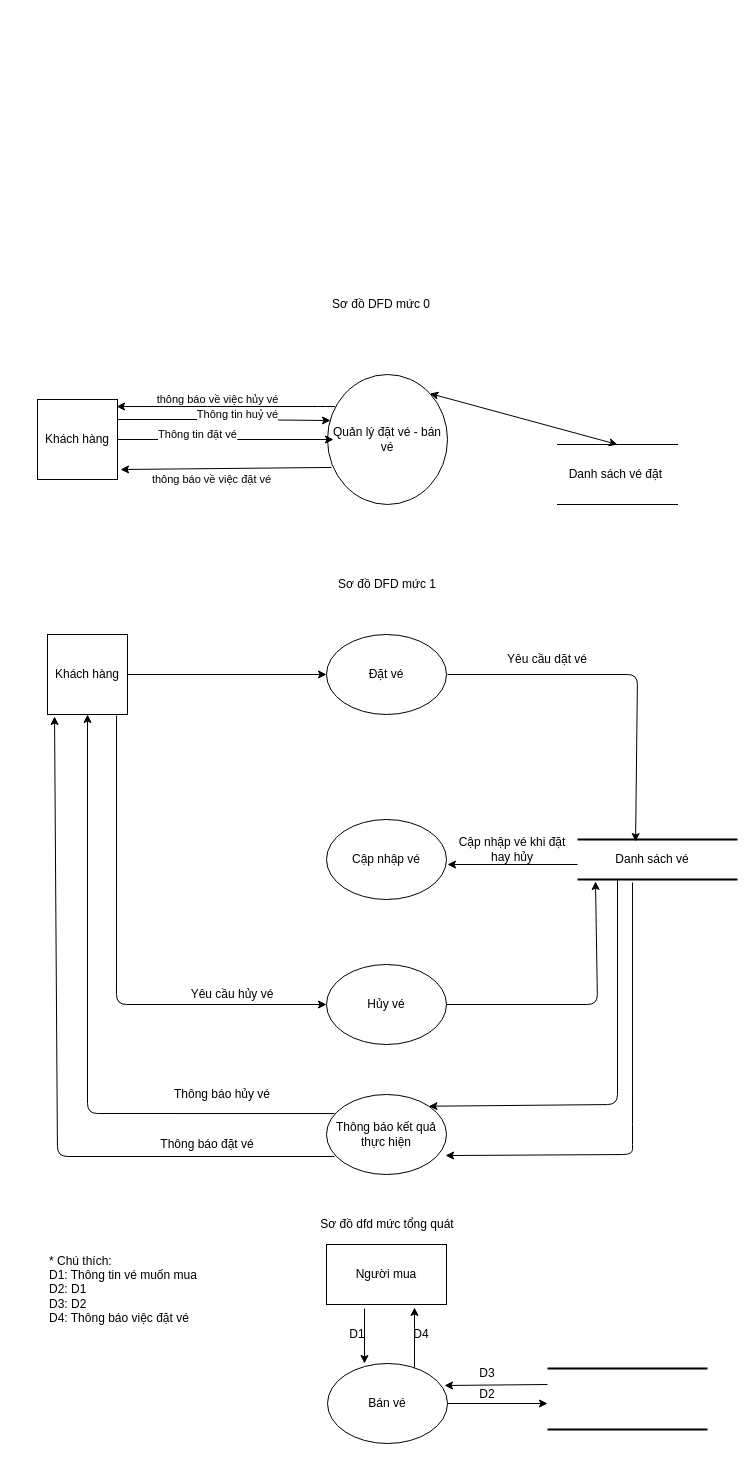
The draw.io diagram page "Page-1" (1 of 2) of Diagrams/DFD Phat (2).drawio in Raynor-legend/Cinema, before the edit. Source tidied: cells renumbered, new cells numbered last; positions are measured from the earlier drawing's top-left corner, leaving out a move shared by most shapes. Both pictures are drawn from the tidied source at 100%, with x=0, y=0 at pixel (37, 294).
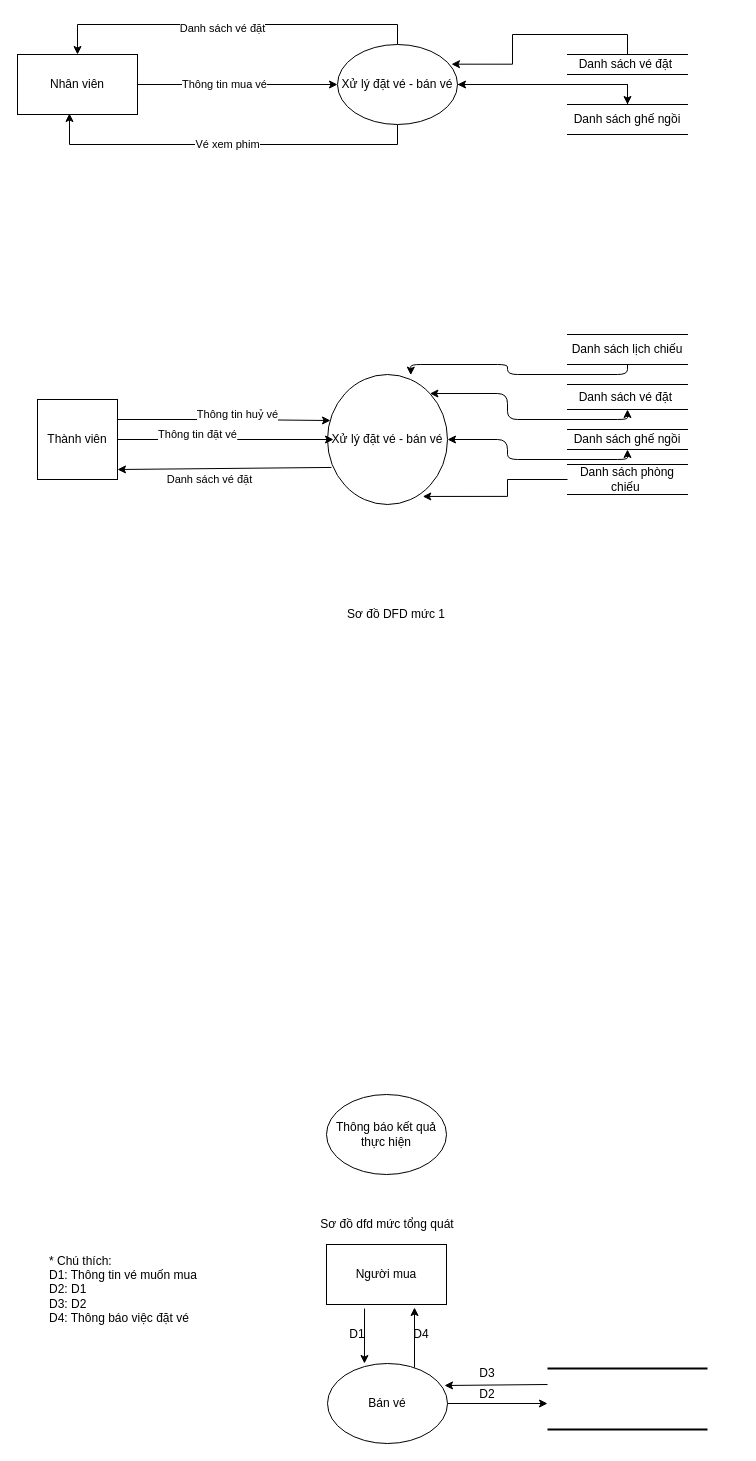
The same page after the edit.

The change refers to these unchanged cells:
```xml
<mxCell id="21" value="Thông báo kết quả thực hiện" style="ellipse;whiteSpace=wrap;html=1;strokeColor=#000000;" parent="1" vertex="1">
  <mxGeometry x="289" y="800" width="120" height="80" as="geometry" />
</mxCell>
```

Diff of the diagram source:
```diff
@@
-    <mxCell id="2" value="Sơ đồ DFD mức 0" style="text;html=1;strokeColor=none;fillColor=none;align=center;verticalAlign=middle;whiteSpace=wrap;rounded=0;" parent="1" vertex="1">
-      <mxGeometry x="289" width="110" height="20" as="geometry" />
-    </mxCell>
-    <mxCell id="3" value="Quản lý đặt vé - bán vé" style="ellipse;whiteSpace=wrap;html=1;" parent="1" vertex="1">
+    <mxCell id="3" value="Xử lý đặt vé - bán vé" style="ellipse;whiteSpace=wrap;html=1;" parent="1" vertex="1">
       <mxGeometry x="290" y="80" width="120" height="130" as="geometry" />
     </mxCell>
-    <mxCell id="4" value="Khách hàng" style="whiteSpace=wrap;html=1;" parent="1" vertex="1">
+    <mxCell id="4" value="Thành viên" style="whiteSpace=wrap;html=1;" parent="1" vertex="1">
       <mxGeometry y="105" width="80" height="80" as="geometry" />
     </mxCell>
@@
-    <mxCell id="7" value="thông báo về việc đặt vé" style="endArrow=classic;html=1;exitX=0.033;exitY=0.715;exitDx=0;exitDy=0;exitPerimeter=0;entryX=1.038;entryY=0.875;entryDx=0;entryDy=0;entryPerimeter=0;" parent="1" edge="1" source="3" target="4">
-      <mxGeometry x="0.14" y="11" relative="1" as="geometry" />
+    <mxCell id="7" value="Danh sách vé đặt" style="endArrow=classic;html=1;exitX=0.033;exitY=0.715;exitDx=0;exitDy=0;exitPerimeter=0;" parent="1" edge="1" source="3">
+      <mxGeometry x="0.14" y="11" relative="1" as="geometry">
+        <mxPoint x="80" y="175" as="targetPoint" />
+      </mxGeometry>
     </mxCell>
-    <mxCell id="8" value="thông báo về việc hủy vé" style="endArrow=classic;html=1;entryX=0.988;entryY=0.088;entryDx=0;entryDy=0;entryPerimeter=0;" parent="1" edge="1" target="4">
-      <mxGeometry x="0.13" y="-7" relative="1" as="geometry">
-        <mxPoint x="290" y="112" as="sourcePoint" />
-        <Array as="points">
-          <mxPoint x="300" y="112" />
-          <mxPoint x="290" y="112" />
-          <mxPoint x="180" y="112" />
-        </Array>
-      </mxGeometry>
-    </mxCell>
@@
     <mxCell id="10" value="Sơ đồ DFD mức 1" style="text;html=1;strokeColor=none;fillColor=none;align=center;verticalAlign=middle;whiteSpace=wrap;rounded=0;" parent="1" vertex="1">
-      <mxGeometry x="280" y="280" width="140" height="20" as="geometry" />
+      <mxGeometry x="289" y="310" width="140" height="20" as="geometry" />
     </mxCell>
-    <mxCell id="11" value="Khách hàng" style="whiteSpace=wrap;html=1;" parent="1" vertex="1">
-      <mxGeometry x="10" y="340" width="80" height="80" as="geometry" />
-    </mxCell>
-    <mxCell id="12" value="Đặt vé" style="ellipse;whiteSpace=wrap;html=1;" parent="1" vertex="1">
-      <mxGeometry x="289" y="340" width="120" height="80" as="geometry" />
-    </mxCell>
-    <mxCell id="13" value="Hủy vé" style="ellipse;whiteSpace=wrap;html=1;" parent="1" vertex="1">
-      <mxGeometry x="289" y="670" width="120" height="80" as="geometry" />
-    </mxCell>
-    <mxCell id="14" value="Cập nhập vé" style="ellipse;whiteSpace=wrap;html=1;" parent="1" vertex="1">
-      <mxGeometry x="289" y="525" width="120" height="80" as="geometry" />
-    </mxCell>
-    <mxCell id="15" style="endArrow=classic;html=1;exitX=1;exitY=0.5;exitDx=0;exitDy=0;entryX=0;entryY=0.5;entryDx=0;entryDy=0;" parent="1" edge="1" source="11" target="12">
-      <mxGeometry relative="1" as="geometry" />
-    </mxCell>
-    <mxCell id="16" style="line;strokeWidth=2;html=1;" parent="1" vertex="1">
-      <mxGeometry x="540" y="580" width="160" height="10" as="geometry" />
-    </mxCell>
-    <mxCell id="17" style="line;strokeWidth=2;html=1;" parent="1" vertex="1">
-      <mxGeometry x="540" y="540" width="160" height="10" as="geometry" />
-    </mxCell>
-    <mxCell id="18" value="Danh sách vé" style="text;html=1;strokeColor=none;fillColor=none;align=center;verticalAlign=middle;whiteSpace=wrap;rounded=0;" parent="1" vertex="1">
-      <mxGeometry x="570" y="555" width="90" height="20" as="geometry" />
-    </mxCell>
-    <mxCell id="19" style="endArrow=classic;html=1;entryX=0.363;entryY=0.7;entryDx=0;entryDy=0;entryPerimeter=0;" parent="1" edge="1" target="17">
-      <mxGeometry relative="1" as="geometry">
-        <mxPoint x="410" y="380" as="sourcePoint" />
-        <Array as="points">
-          <mxPoint x="600" y="380" />
-        </Array>
-      </mxGeometry>
-    </mxCell>
-    <mxCell id="20" style="endArrow=classic;html=1;" parent="1" edge="1">
-      <mxGeometry relative="1" as="geometry">
-        <mxPoint x="540" y="570" as="sourcePoint" />
-        <mxPoint x="410" y="570" as="targetPoint" />
-      </mxGeometry>
-    </mxCell>
@@
-    <mxCell id="22" style="endArrow=classic;html=1;exitX=0.344;exitY=0.8;exitDx=0;exitDy=0;exitPerimeter=0;entryX=0.992;entryY=0.763;entryDx=0;entryDy=0;entryPerimeter=0;" parent="1" edge="1" source="16" target="21">
-      <mxGeometry relative="1" as="geometry">
-        <Array as="points">
-          <mxPoint x="595" y="840" />
-          <mxPoint x="595" y="860" />
-        </Array>
-      </mxGeometry>
-    </mxCell>
-    <mxCell id="23" style="endArrow=classic;html=1;exitX=0.067;exitY=0.775;exitDx=0;exitDy=0;exitPerimeter=0;entryX=0.088;entryY=1.025;entryDx=0;entryDy=0;entryPerimeter=0;" parent="1" edge="1" source="21" target="11">
-      <mxGeometry relative="1" as="geometry">
-        <Array as="points">
-          <mxPoint x="20" y="862" />
-        </Array>
-      </mxGeometry>
-    </mxCell>
-    <mxCell id="24" style="endArrow=classic;html=1;exitX=0.863;exitY=1.013;exitDx=0;exitDy=0;exitPerimeter=0;entryX=0;entryY=0.5;entryDx=0;entryDy=0;" parent="1" edge="1" source="11" target="13">
-      <mxGeometry relative="1" as="geometry">
-        <Array as="points">
-          <mxPoint x="79" y="710" />
-        </Array>
-      </mxGeometry>
-    </mxCell>
-    <mxCell id="25" style="endArrow=classic;html=1;exitX=1;exitY=0.5;exitDx=0;exitDy=0;" parent="1" edge="1" source="13">
-      <mxGeometry relative="1" as="geometry">
-        <mxPoint x="558" y="587" as="targetPoint" />
-        <Array as="points">
-          <mxPoint x="560" y="710" />
-        </Array>
-      </mxGeometry>
-    </mxCell>
-    <mxCell id="26" value="Thông báo đặt vé&lt;br&gt;" style="text;html=1;strokeColor=none;fillColor=none;align=center;verticalAlign=middle;whiteSpace=wrap;rounded=0;" parent="1" vertex="1">
-      <mxGeometry x="120" y="840" width="100" height="20" as="geometry" />
-    </mxCell>
-    <mxCell id="27" value="Yêu cầu dặt vé" style="text;html=1;strokeColor=none;fillColor=none;align=center;verticalAlign=middle;whiteSpace=wrap;rounded=0;" parent="1" vertex="1">
-      <mxGeometry x="440" y="340" width="140" height="50" as="geometry" />
-    </mxCell>
-    <mxCell id="28" value="Cập nhập vé khi đặt hay hủy&lt;br&gt;" style="text;html=1;strokeColor=none;fillColor=none;align=center;verticalAlign=middle;whiteSpace=wrap;rounded=0;" parent="1" vertex="1">
-      <mxGeometry x="420" y="545" width="110" height="20" as="geometry" />
-    </mxCell>
-    <mxCell id="29" value="Yêu cầu hủy vé&lt;br&gt;" style="text;html=1;strokeColor=none;fillColor=none;align=center;verticalAlign=middle;whiteSpace=wrap;rounded=0;" parent="1" vertex="1">
-      <mxGeometry x="130" y="690" width="130" height="20" as="geometry" />
-    </mxCell>
-    <mxCell id="30" style="endArrow=classic;html=1;exitX=0.25;exitY=0.5;exitDx=0;exitDy=0;exitPerimeter=0;entryX=1;entryY=0;entryDx=0;entryDy=0;" parent="1" edge="1" source="16" target="21">
-      <mxGeometry relative="1" as="geometry">
-        <Array as="points">
-          <mxPoint x="580" y="810" />
-        </Array>
-      </mxGeometry>
-    </mxCell>
-    <mxCell id="31" style="endArrow=classic;html=1;exitX=0.067;exitY=0.238;exitDx=0;exitDy=0;exitPerimeter=0;entryX=0.5;entryY=1;entryDx=0;entryDy=0;" parent="1" edge="1" source="21" target="11">
-      <mxGeometry relative="1" as="geometry">
-        <Array as="points">
-          <mxPoint x="50" y="819" />
-        </Array>
-      </mxGeometry>
-    </mxCell>
-    <mxCell id="32" value="Thông báo hủy vé" style="text;html=1;strokeColor=none;fillColor=none;align=center;verticalAlign=middle;whiteSpace=wrap;rounded=0;" parent="1" vertex="1">
-      <mxGeometry x="130" y="790" width="110" height="20" as="geometry" />
-    </mxCell>
@@
     <mxCell id="48" value="Danh sách vé đặt&amp;nbsp;" style="shape=partialRectangle;whiteSpace=wrap;html=1;left=0;right=0;fillColor=none;" parent="1" vertex="1">
-      <mxGeometry x="520" y="150" width="120" height="60" as="geometry" />
+      <mxGeometry x="530" y="90" width="120" height="25" as="geometry" />
     </mxCell>
-    <mxCell id="49" style="endArrow=classic;startArrow=classic;html=1;entryX=0.5;entryY=0;entryDx=0;entryDy=0;exitX=1;exitY=0;exitDx=0;exitDy=0;" parent="1" edge="1" source="3" target="48">
+    <mxCell id="49" style="endArrow=classic;startArrow=classic;html=1;entryX=0.5;entryY=1;entryDx=0;entryDy=0;exitX=1;exitY=0;exitDx=0;exitDy=0;edgeStyle=orthogonalEdgeStyle;" parent="1" edge="1" source="3" target="48">
       <mxGeometry relative="1" as="geometry" />
     </mxCell>
+    <mxCell id="50" value="Danh sách ghế ngồi" style="shape=partialRectangle;whiteSpace=wrap;html=1;left=0;right=0;fillColor=none;" parent="1" vertex="1">
+      <mxGeometry x="530" y="135" width="120" height="20" as="geometry" />
+    </mxCell>
+    <mxCell id="51" style="endArrow=classic;startArrow=classic;html=1;entryX=0.5;entryY=1;entryDx=0;entryDy=0;edgeStyle=orthogonalEdgeStyle;" parent="1" edge="1" source="3" target="50">
+      <mxGeometry relative="1" as="geometry" />
+    </mxCell>
+    <mxCell id="52" value="Danh sách lịch chiếu" style="shape=partialRectangle;whiteSpace=wrap;html=1;left=0;right=0;fillColor=none;" parent="1" vertex="1">
+      <mxGeometry x="530" y="40" width="120" height="30" as="geometry" />
+    </mxCell>
+    <mxCell id="53" style="edgeStyle=orthogonalEdgeStyle;rounded=0;jettySize=auto;html=1;entryX=0.794;entryY=0.938;entryDx=0;entryDy=0;entryPerimeter=0;" parent="1" edge="1" source="54" target="3">
+      <mxGeometry relative="1" as="geometry">
+        <Array as="points">
+          <mxPoint x="470" y="185" />
+          <mxPoint x="470" y="202" />
+        </Array>
+      </mxGeometry>
+    </mxCell>
+    <mxCell id="54" value="Danh sách phòng chiếu&amp;nbsp;" style="shape=partialRectangle;whiteSpace=wrap;html=1;left=0;right=0;fillColor=none;" parent="1" vertex="1">
+      <mxGeometry x="530" y="170" width="120" height="30" as="geometry" />
+    </mxCell>
+    <mxCell id="55" style="endArrow=classic;html=1;exitX=0.5;exitY=1;exitDx=0;exitDy=0;entryX=0.694;entryY=0.005;entryDx=0;entryDy=0;entryPerimeter=0;edgeStyle=orthogonalEdgeStyle;" parent="1" edge="1" source="52" target="3">
+      <mxGeometry relative="1" as="geometry" />
+    </mxCell>
+    <mxCell id="56" style="edgeStyle=orthogonalEdgeStyle;rounded=0;jettySize=auto;html=1;exitX=1;exitY=0.5;exitDx=0;exitDy=0;entryX=0;entryY=0.5;entryDx=0;entryDy=0;" parent="1" edge="1" source="58" target="63">
+      <mxGeometry relative="1" as="geometry" />
+    </mxCell>
+    <mxCell id="57" value="Thông tin mua vé" style="edgeLabel;html=1;align=center;verticalAlign=middle;" parent="56" vertex="1">
+      <mxGeometry x="-0.14" y="1" relative="1" as="geometry" />
+    </mxCell>
+    <mxCell id="58" value="Nhân viên" style="rounded=0;whiteSpace=wrap;html=1;" parent="1" vertex="1">
+      <mxGeometry x="-20" y="-240" width="120" height="60" as="geometry" />
+    </mxCell>
+    <mxCell id="59" style="edgeStyle=orthogonalEdgeStyle;rounded=0;jettySize=auto;html=1;exitX=1;exitY=0.5;exitDx=0;exitDy=0;entryX=0.5;entryY=0;entryDx=0;entryDy=0;" parent="1" edge="1" source="63" target="67">
+      <mxGeometry relative="1" as="geometry" />
+    </mxCell>
+    <mxCell id="60" value="Vé xem phim" style="edgeStyle=orthogonalEdgeStyle;rounded=0;jettySize=auto;html=1;exitX=0.5;exitY=1;exitDx=0;exitDy=0;entryX=0.433;entryY=0.983;entryDx=0;entryDy=0;entryPerimeter=0;" parent="1" edge="1" source="63" target="58">
+      <mxGeometry relative="1" as="geometry" />
+    </mxCell>
+    <mxCell id="61" style="edgeStyle=orthogonalEdgeStyle;rounded=0;jettySize=auto;html=1;exitX=0.5;exitY=0;exitDx=0;exitDy=0;entryX=0.5;entryY=0;entryDx=0;entryDy=0;" parent="1" edge="1" source="63" target="58">
+      <mxGeometry relative="1" as="geometry" />
+    </mxCell>
+    <mxCell id="62" value="Danh sách vé đặt" style="edgeLabel;html=1;align=center;verticalAlign=middle;" parent="61" vertex="1">
+      <mxGeometry x="0.06" y="3" relative="1" as="geometry" />
+    </mxCell>
+    <mxCell id="63" value="Xử lý đặt vé - bán vé" style="ellipse;whiteSpace=wrap;html=1;" parent="1" vertex="1">
+      <mxGeometry x="300" y="-250" width="120" height="80" as="geometry" />
+    </mxCell>
+    <mxCell id="64" style="edgeStyle=orthogonalEdgeStyle;rounded=0;jettySize=auto;html=1;exitX=0.5;exitY=0;exitDx=0;exitDy=0;entryX=0.95;entryY=0.246;entryDx=0;entryDy=0;entryPerimeter=0;" parent="1" edge="1" source="65" target="63">
+      <mxGeometry relative="1" as="geometry" />
+    </mxCell>
+    <mxCell id="65" value="Danh sách vé đặt&amp;nbsp;" style="shape=partialRectangle;whiteSpace=wrap;html=1;left=0;right=0;fillColor=none;" parent="1" vertex="1">
+      <mxGeometry x="530" y="-240" width="120" height="20" as="geometry" />
+    </mxCell>
+    <mxCell id="66" style="edgeStyle=orthogonalEdgeStyle;rounded=0;jettySize=auto;html=1;exitX=0.5;exitY=0;exitDx=0;exitDy=0;" parent="1" edge="1" source="67" target="63">
+      <mxGeometry relative="1" as="geometry" />
+    </mxCell>
+    <mxCell id="67" value="Danh sách ghế ngồi" style="shape=partialRectangle;whiteSpace=wrap;html=1;left=0;right=0;fillColor=none;" parent="1" vertex="1">
+      <mxGeometry x="530" y="-190" width="120" height="30" as="geometry" />
+    </mxCell>
```
